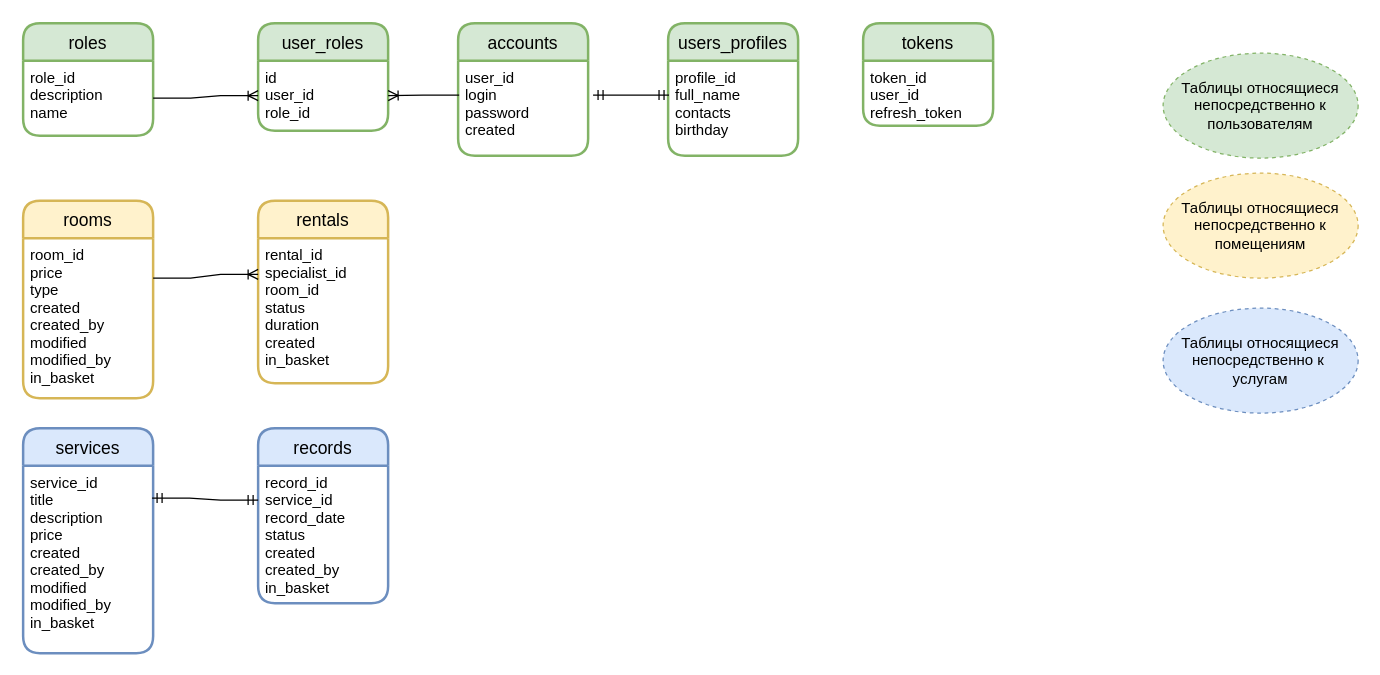
Above: db_schema.drawio in LeksinaAnna/self-employed-services (draw.io), before the change. Source tidied: cells renumbered, new cells numbered last; positions are measured from the earlier drawing's top-left corner, leaving out a move shared by most shapes. Both pictures are drawn from the tidied source at 125%, with x=0, y=0 at pixel (22, 22).
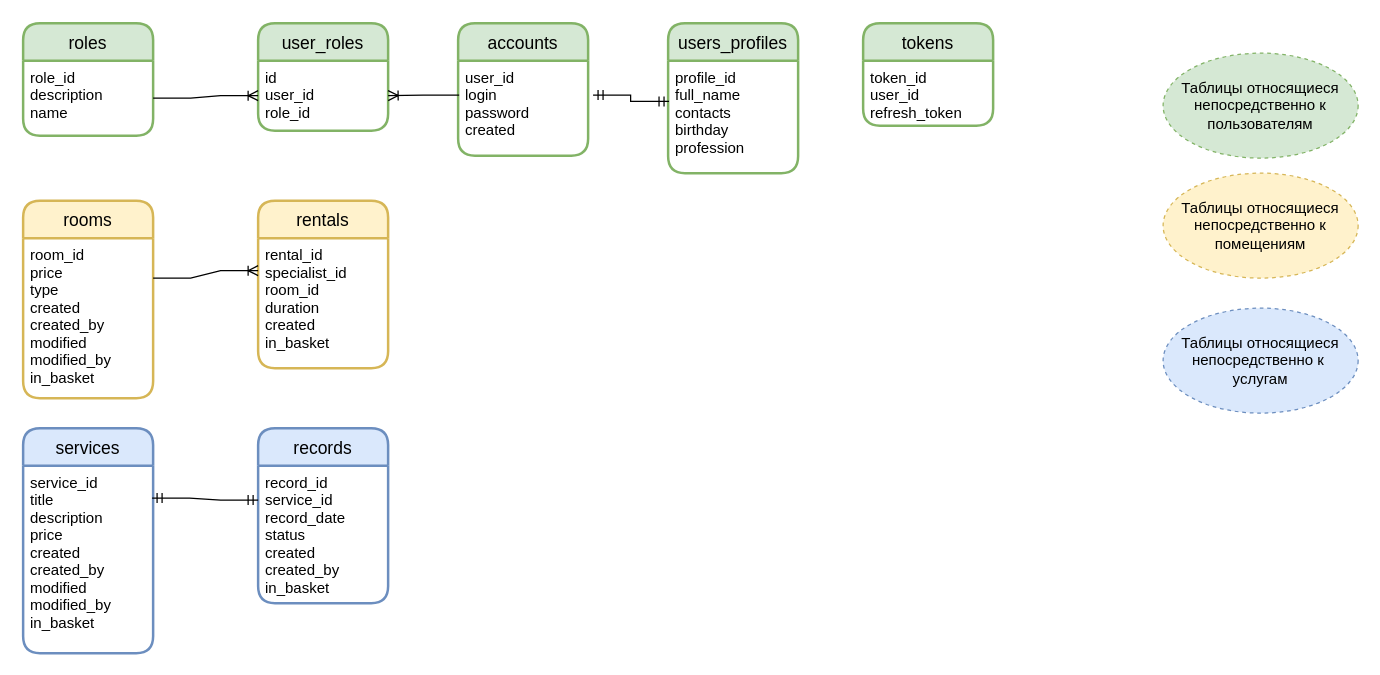
The same page after the edit.

Change to the diagram source:
```diff
@@
     <mxCell id="13" value="users_profiles" style="swimlane;horizontal=1;startSize=30;rounded=1;fontSize=14;fontStyle=0;strokeWidth=2;shadow=0;dashed=0;align=center;fillColor=#d5e8d4;strokeColor=#82b366;" parent="1" vertex="1">
-      <mxGeometry x="516" width="104" height="106" as="geometry" />
+      <mxGeometry x="516" width="104" height="120" as="geometry" />
     </mxCell>
-    <mxCell id="14" value="profile_id&#10;full_name&#10;contacts&#10;birthday" style="align=left;strokeColor=none;fillColor=none;spacingLeft=4;fontSize=12;verticalAlign=top;" parent="13" vertex="1">
-      <mxGeometry y="30" width="104" height="76" as="geometry" />
+    <mxCell id="14" value="profile_id&#10;full_name&#10;contacts&#10;birthday&#10;profession" style="align=left;strokeColor=none;fillColor=none;spacingLeft=4;fontSize=12;verticalAlign=top;" parent="13" vertex="1">
+      <mxGeometry y="30" width="104" height="90" as="geometry" />
     </mxCell>
@@
     <mxCell id="19" value="rentals" style="swimlane;horizontal=1;startSize=30;rounded=1;fontSize=14;fontStyle=0;strokeWidth=2;shadow=0;dashed=0;align=center;fillColor=#fff2cc;strokeColor=#d6b656;" parent="1" vertex="1">
-      <mxGeometry x="188" y="142" width="104" height="146" as="geometry" />
+      <mxGeometry x="188" y="142" width="104" height="134" as="geometry" />
     </mxCell>
-    <mxCell id="20" value="rental_id&#10;specialist_id&#10;room_id&#10;status&#10;duration&#10;created&#10;in_basket" style="align=left;strokeColor=none;fillColor=none;spacingLeft=4;fontSize=12;verticalAlign=top;" parent="19" vertex="1">
-      <mxGeometry y="30" width="104" height="116" as="geometry" />
+    <mxCell id="20" value="rental_id&#10;specialist_id&#10;room_id&#10;duration&#10;created&#10;in_basket" style="align=left;strokeColor=none;fillColor=none;spacingLeft=4;fontSize=12;verticalAlign=top;" parent="19" vertex="1">
+      <mxGeometry y="30" width="104" height="104" as="geometry" />
     </mxCell>
```
